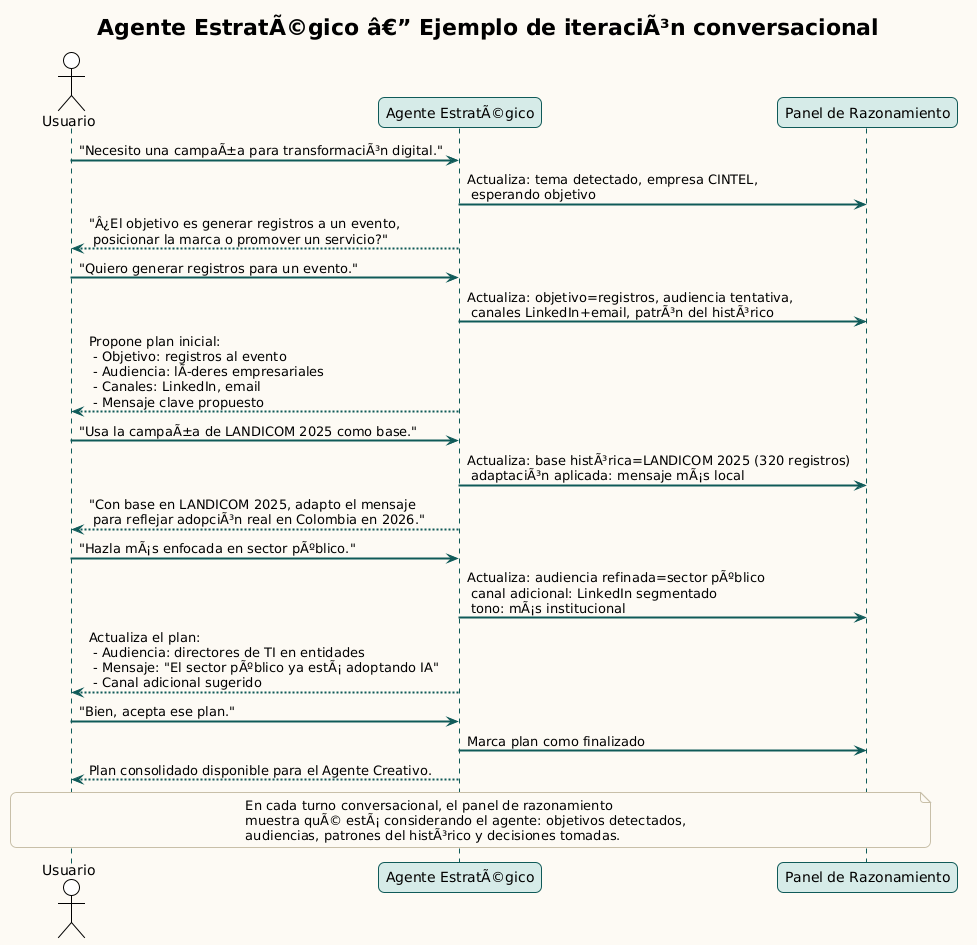
sedibuc/documentacion_cintel keeps this PlantUML diagram as agent/assets/img/diagramas/agente-estrategico-conversacion.png. Above is the earlier version.
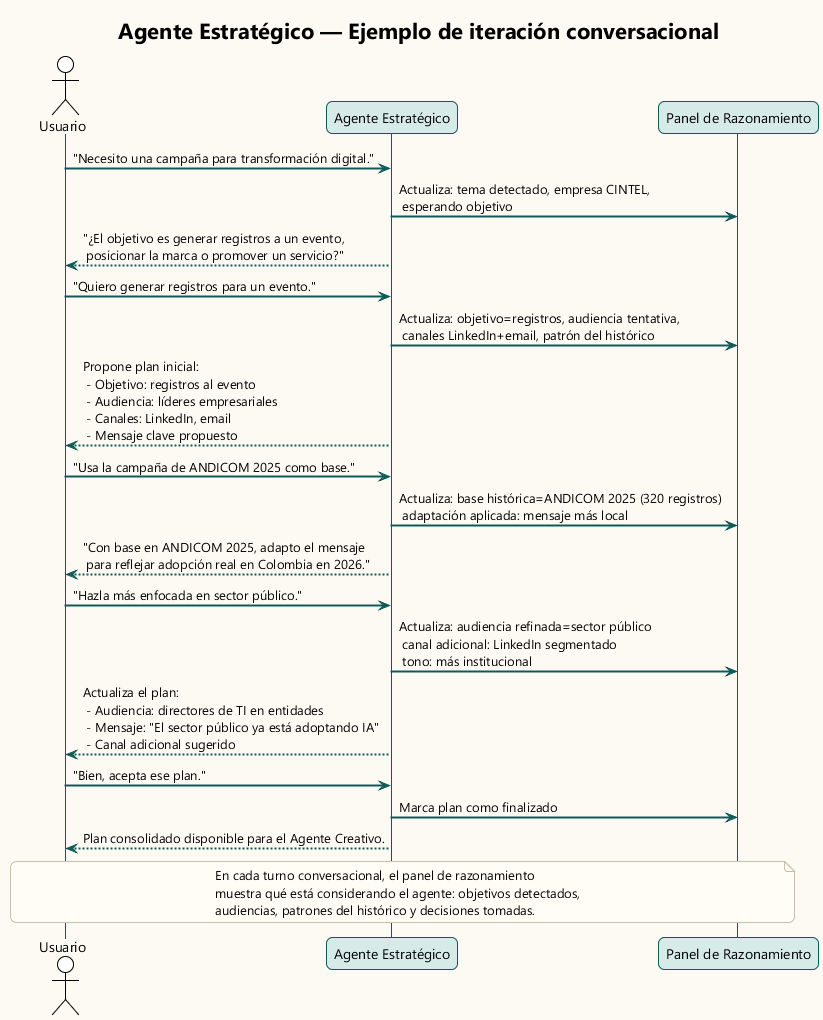
Above is the later version.

The edit, as a diff of the source:
```diff
@@ -1,4 +1,4 @@
-@startuml
+@startuml agente-estrategico-conversacion
 !theme plain
 skinparam backgroundColor #FDFAF4
 skinparam defaultFontName Segoe UI
@@ -11,31 +11,31 @@
 skinparam NoteBorderColor #c8bfa8
 skinparam SequenceLifeLineBorderColor #0f5a58
 
-title Agente EstratÃ©gico â€” Ejemplo de iteraciÃ³n conversacional
+title Agente Estratégico — Ejemplo de iteración conversacional
 
 actor Usuario
-participant "Agente EstratÃ©gico" as Agente
+participant "Agente Estratégico" as Agente
 participant "Panel de Razonamiento" as Panel
 
-Usuario -> Agente: "Necesito una campaÃ±a para transformaciÃ³n digital."
+Usuario -> Agente: "Necesito una campaña para transformación digital."
 
 Agente -> Panel: Actualiza: tema detectado, empresa CINTEL,\n esperando objetivo
-Agente --> Usuario: "Â¿El objetivo es generar registros a un evento,\n posicionar la marca o promover un servicio?"
+Agente --> Usuario: "¿El objetivo es generar registros a un evento,\n posicionar la marca o promover un servicio?"
 
 Usuario -> Agente: "Quiero generar registros para un evento."
 
-Agente -> Panel: Actualiza: objetivo=registros, audiencia tentativa,\n canales LinkedIn+email, patrÃ³n del histÃ³rico
-Agente --> Usuario: Propone plan inicial:\n - Objetivo: registros al evento\n - Audiencia: lÃ­deres empresariales\n - Canales: LinkedIn, email\n - Mensaje clave propuesto
+Agente -> Panel: Actualiza: objetivo=registros, audiencia tentativa,\n canales LinkedIn+email, patrón del histórico
+Agente --> Usuario: Propone plan inicial:\n - Objetivo: registros al evento\n - Audiencia: líderes empresariales\n - Canales: LinkedIn, email\n - Mensaje clave propuesto
 
-Usuario -> Agente: "Usa la campaÃ±a de LANDICOM 2025 como base."
+Usuario -> Agente: "Usa la campaña de ANDICOM 2025 como base."
 
-Agente -> Panel: Actualiza: base histÃ³rica=LANDICOM 2025 (320 registros)\n adaptaciÃ³n aplicada: mensaje mÃ¡s local
-Agente --> Usuario: "Con base en LANDICOM 2025, adapto el mensaje\n para reflejar adopciÃ³n real en Colombia en 2026."
+Agente -> Panel: Actualiza: base histórica=ANDICOM 2025 (320 registros)\n adaptación aplicada: mensaje más local
+Agente --> Usuario: "Con base en ANDICOM 2025, adapto el mensaje\n para reflejar adopción real en Colombia en 2026."
 
-Usuario -> Agente: "Hazla mÃ¡s enfocada en sector pÃºblico."
+Usuario -> Agente: "Hazla más enfocada en sector público."
 
-Agente -> Panel: Actualiza: audiencia refinada=sector pÃºblico\n canal adicional: LinkedIn segmentado\n tono: mÃ¡s institucional
-Agente --> Usuario: Actualiza el plan:\n - Audiencia: directores de TI en entidades\n - Mensaje: "El sector pÃºblico ya estÃ¡ adoptando IA"\n - Canal adicional sugerido
+Agente -> Panel: Actualiza: audiencia refinada=sector público\n canal adicional: LinkedIn segmentado\n tono: más institucional
+Agente --> Usuario: Actualiza el plan:\n - Audiencia: directores de TI en entidades\n - Mensaje: "El sector público ya está adoptando IA"\n - Canal adicional sugerido
 
 Usuario -> Agente: "Bien, acepta ese plan."
 
@@ -44,7 +44,8 @@
 
 note over Usuario, Panel
   En cada turno conversacional, el panel de razonamiento
-  muestra quÃ© estÃ¡ considerando el agente: objetivos detectados,
-  audiencias, patrones del histÃ³rico y decisiones tomadas.
+  muestra qué está considerando el agente: objetivos detectados,
+  audiencias, patrones del histórico y decisiones tomadas.
 end note
+
 @enduml
```
